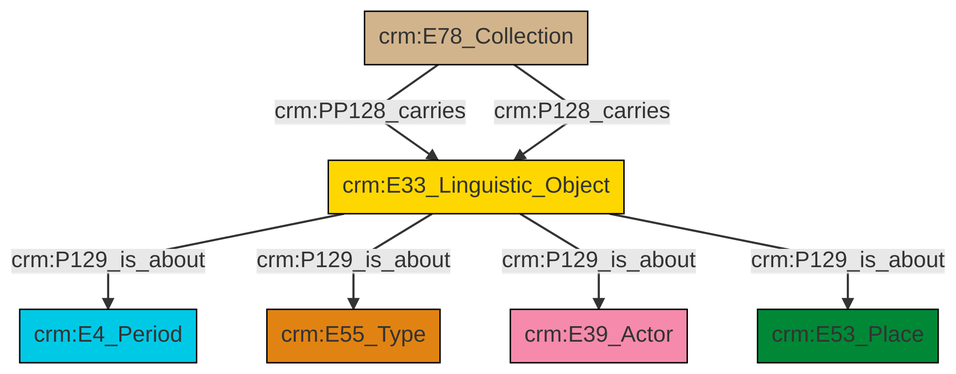
Above: et/archivalCSV/ttl/mmd/png/archival_aboutness.png in swiss-art-research-net/docs.swissartresearch (Mermaid), before the change. Its source is kept beside it as et/archivalCSV/ttl/mmd/archival_aboutness.ttl.mmd.
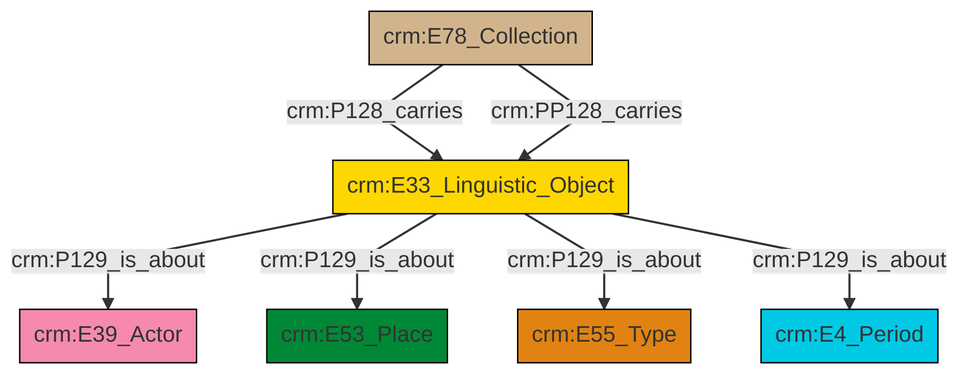
Later version of the same file.

What changed in the source:
```diff
@@ -13,9 +13,9 @@
 classDef PC_Classes fill:#4ce600, stroke:#000000;
 classDef Multi fill:#cccccc,stroke:#000000;
 
-2["crm:E78_Collection"]:::Physical_Thing -->|crm:PP128_carries| 3["crm:E33_Linguistic_Object"]:::Conceptual_Object
-3["crm:E33_Linguistic_Object"]:::Conceptual_Object -->|crm:P129_is_about| 6["crm:E4_Period"]:::Temporal_Entity
-3["crm:E33_Linguistic_Object"]:::Conceptual_Object -->|crm:P129_is_about| 4["crm:E55_Type"]:::Type
-3["crm:E33_Linguistic_Object"]:::Conceptual_Object -->|crm:P129_is_about| 0["crm:E39_Actor"]:::Actor
-3["crm:E33_Linguistic_Object"]:::Conceptual_Object -->|crm:P129_is_about| 7["crm:E53_Place"]:::Place
-2["crm:E78_Collection"]:::Physical_Thing -->|crm:P128_carries| 3["crm:E33_Linguistic_Object"]:::Conceptual_Object
+0["crm:E33_Linguistic_Object"]:::Conceptual_Object -->|crm:P129_is_about| 1["crm:E39_Actor"]:::Actor
+4["crm:E78_Collection"]:::Physical_Thing -->|crm:P128_carries| 0["crm:E33_Linguistic_Object"]:::Conceptual_Object
+0["crm:E33_Linguistic_Object"]:::Conceptual_Object -->|crm:P129_is_about| 2["crm:E53_Place"]:::Place
+0["crm:E33_Linguistic_Object"]:::Conceptual_Object -->|crm:P129_is_about| 8["crm:E55_Type"]:::Type
+0["crm:E33_Linguistic_Object"]:::Conceptual_Object -->|crm:P129_is_about| 5["crm:E4_Period"]:::Temporal_Entity
+4["crm:E78_Collection"]:::Physical_Thing -->|crm:PP128_carries| 0["crm:E33_Linguistic_Object"]:::Conceptual_Object
```
